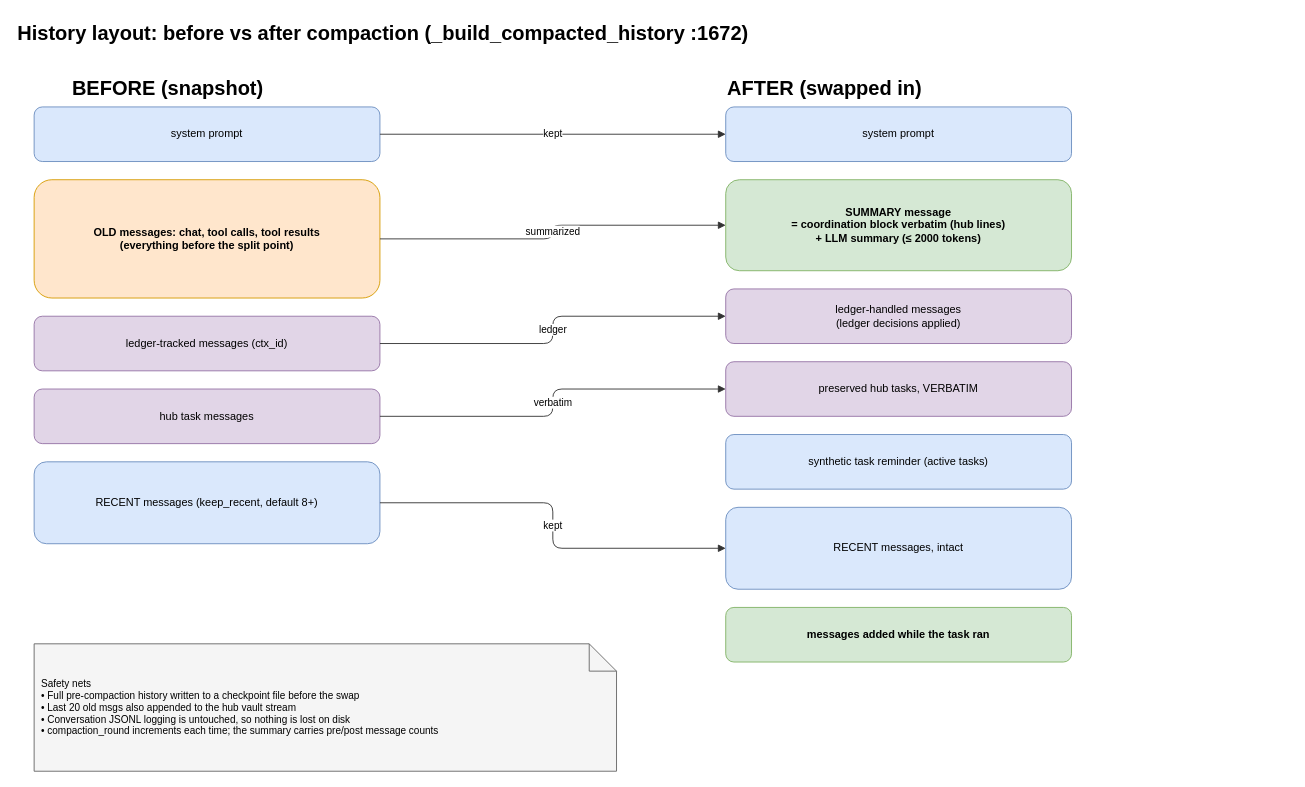
This is page "3 History before and after" (3 of 4) of docs/diagrams/context-compaction.drawio from kollaborai/kollab, a draw.io file, before an edit. Source tidied: cells renumbered, new cells numbered last; positions are measured from the earlier drawing's top-left corner, leaving out a move shared by most shapes. Both pictures are drawn from the tidied source at 91%, with x=0, y=0 at pixel (15, 15).
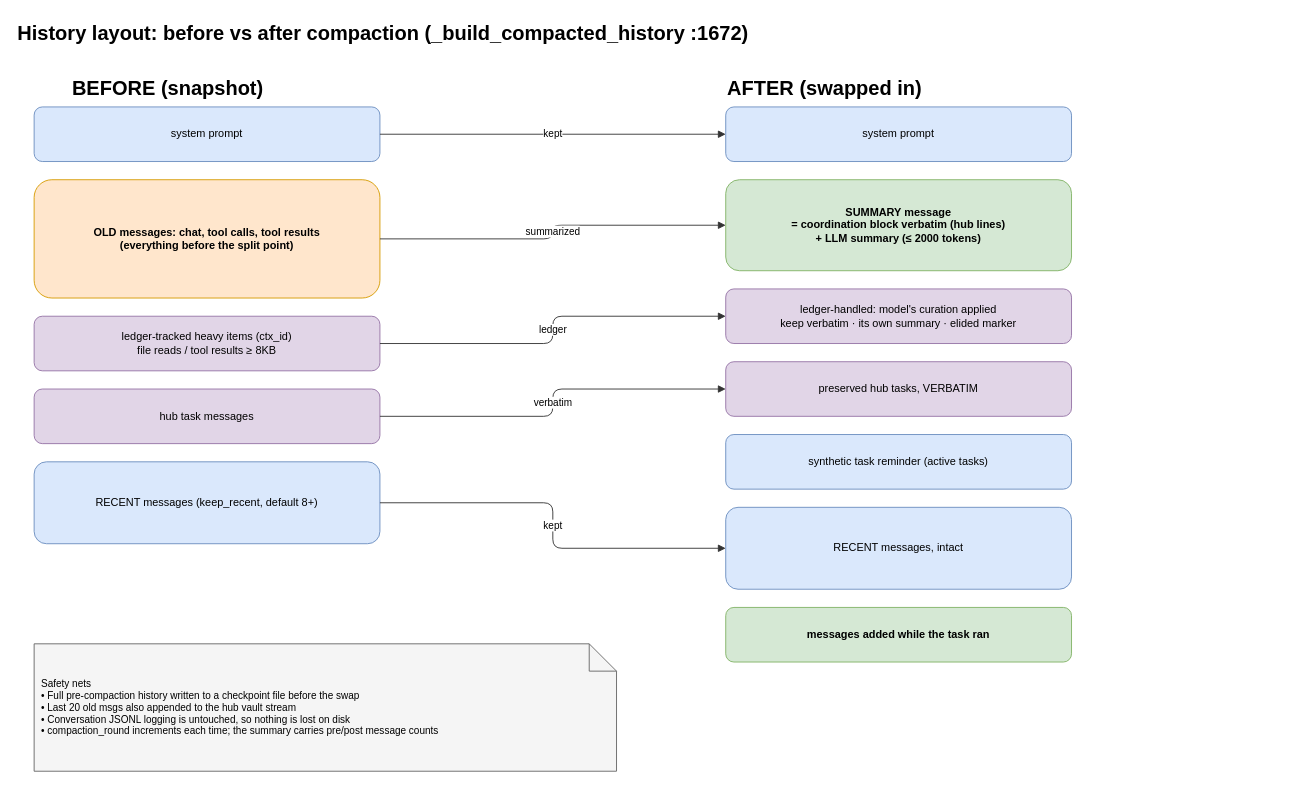
The same diagram, later.

Commit message (it also covers changes not shown here):
Add model-driven curation page to compaction diagram

What changed in the source:
```diff
@@
-    <mxCell id="7" value="ledger-tracked messages (ctx_id)" style="rounded=1;whiteSpace=wrap;html=1;fillColor=#e1d5e7;strokeColor=#9673a6;" parent="1" vertex="1">
+    <mxCell id="7" value="ledger-tracked heavy items (ctx_id)&lt;br&gt;file reads / tool results ≥ 8KB" style="rounded=1;whiteSpace=wrap;html=1;fillColor=#e1d5e7;strokeColor=#9673a6;" parent="1" vertex="1">
       <mxGeometry x="20" y="330" width="380" height="60" as="geometry" />
     </mxCell>
@@
-    <mxCell id="12" value="ledger-handled messages&lt;br&gt;(ledger decisions applied)" style="rounded=1;whiteSpace=wrap;html=1;fillColor=#e1d5e7;strokeColor=#9673a6;" parent="1" vertex="1">
+    <mxCell id="12" value="ledger-handled: model's curation applied&lt;br&gt;keep verbatim · its own summary · elided marker" style="rounded=1;whiteSpace=wrap;html=1;fillColor=#e1d5e7;strokeColor=#9673a6;" parent="1" vertex="1">
       <mxGeometry x="780" y="300" width="380" height="60" as="geometry" />
     </mxCell>
```
